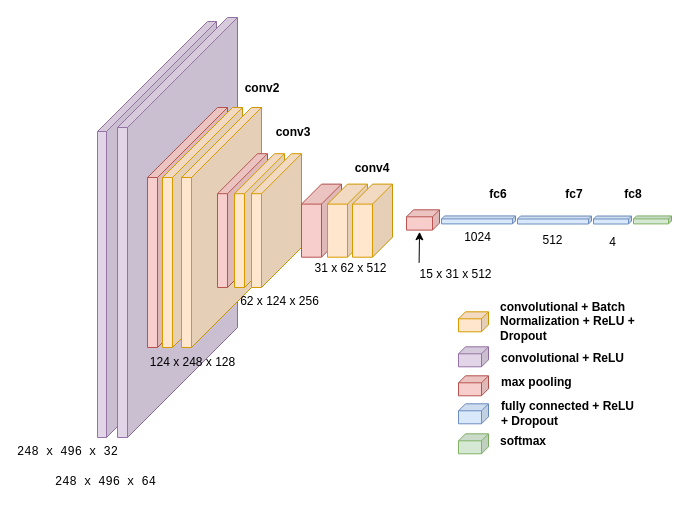
Before: Untitled Diagram.drawio in blackpearl006/kaggle-notebooks, a draw.io diagram. Source tidied: cells renumbered, new cells numbered last; positions are measured from the earlier drawing's top-left corner, leaving out a move shared by most shapes. Both pictures are drawn from the tidied source at 100%, with x=0, y=0 at pixel (18, 17).
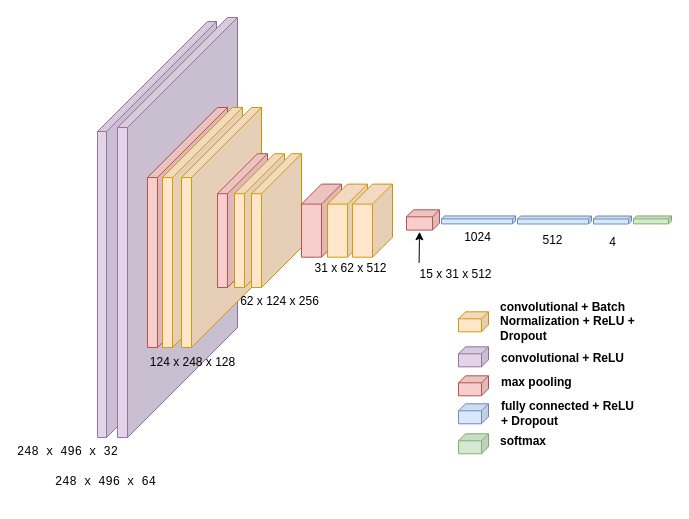
Above is the later version.

The edit, as a diff of the source:
```diff
@@
-    <mxCell id="22" value="&lt;b&gt;conv2&lt;/b&gt;" style="text;html=1;strokeColor=none;fillColor=none;align=center;verticalAlign=middle;whiteSpace=wrap;rounded=0;" parent="1" vertex="1">
-      <mxGeometry x="224" y="56" width="40" height="30" as="geometry" />
-    </mxCell>
-    <mxCell id="23" value="&lt;b&gt;conv3&lt;/b&gt;" style="text;html=1;strokeColor=none;fillColor=none;align=center;verticalAlign=middle;whiteSpace=wrap;rounded=0;" parent="1" vertex="1">
-      <mxGeometry x="255" y="100" width="40" height="30" as="geometry" />
-    </mxCell>
-    <mxCell id="24" value="&lt;b&gt;conv4&lt;/b&gt;" style="text;html=1;strokeColor=none;fillColor=none;align=center;verticalAlign=middle;whiteSpace=wrap;rounded=0;" parent="1" vertex="1">
-      <mxGeometry x="334" y="136.2" width="40" height="30" as="geometry" />
-    </mxCell>
-    <mxCell id="25" value="&lt;b&gt;fc6&lt;/b&gt;" style="text;html=1;strokeColor=none;fillColor=none;align=center;verticalAlign=middle;whiteSpace=wrap;rounded=0;" parent="1" vertex="1">
-      <mxGeometry x="460" y="162.3" width="40" height="30" as="geometry" />
-    </mxCell>
-    <mxCell id="26" value="&lt;b&gt;fc7&lt;/b&gt;" style="text;html=1;strokeColor=none;fillColor=none;align=center;verticalAlign=middle;whiteSpace=wrap;rounded=0;" parent="1" vertex="1">
-      <mxGeometry x="536" y="162.3" width="40" height="30" as="geometry" />
-    </mxCell>
-    <mxCell id="27" value="&lt;b&gt;fc8&lt;/b&gt;" style="text;html=1;strokeColor=none;fillColor=none;align=center;verticalAlign=middle;whiteSpace=wrap;rounded=0;" parent="1" vertex="1">
-      <mxGeometry x="595" y="162.3" width="40" height="30" as="geometry" />
-    </mxCell>
```
